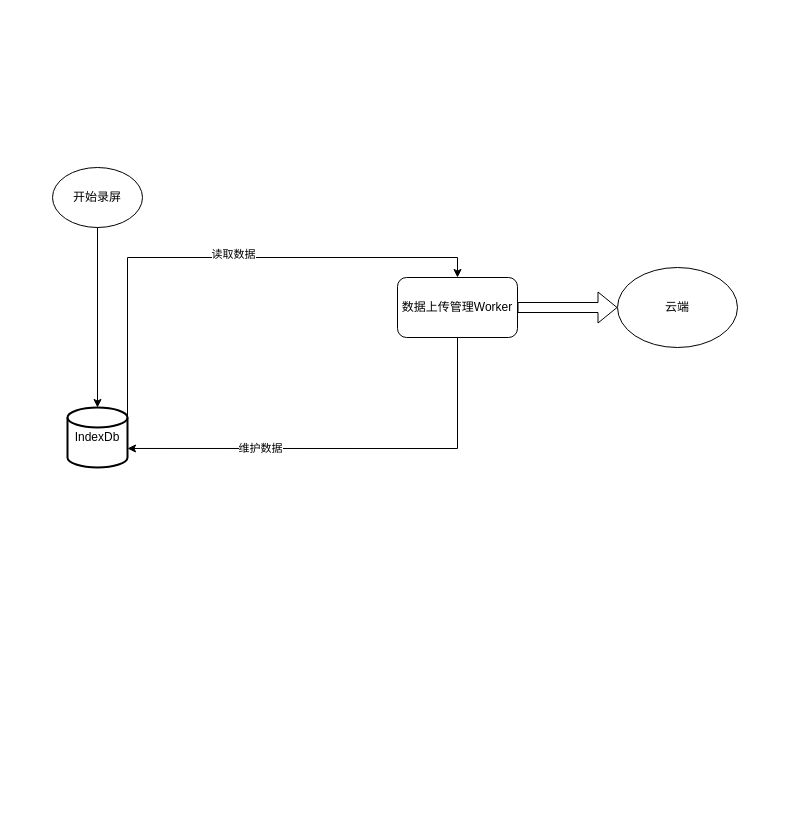
Above: images/未命名绘图.drawio in buleice/- (draw.io), before the change. Source tidied: cells renumbered, new cells numbered last; positions are measured from the earlier drawing's top-left corner, leaving out a move shared by most shapes. Both pictures are drawn from the tidied source at 100%, with x=0, y=0 at pixel (52, 167).
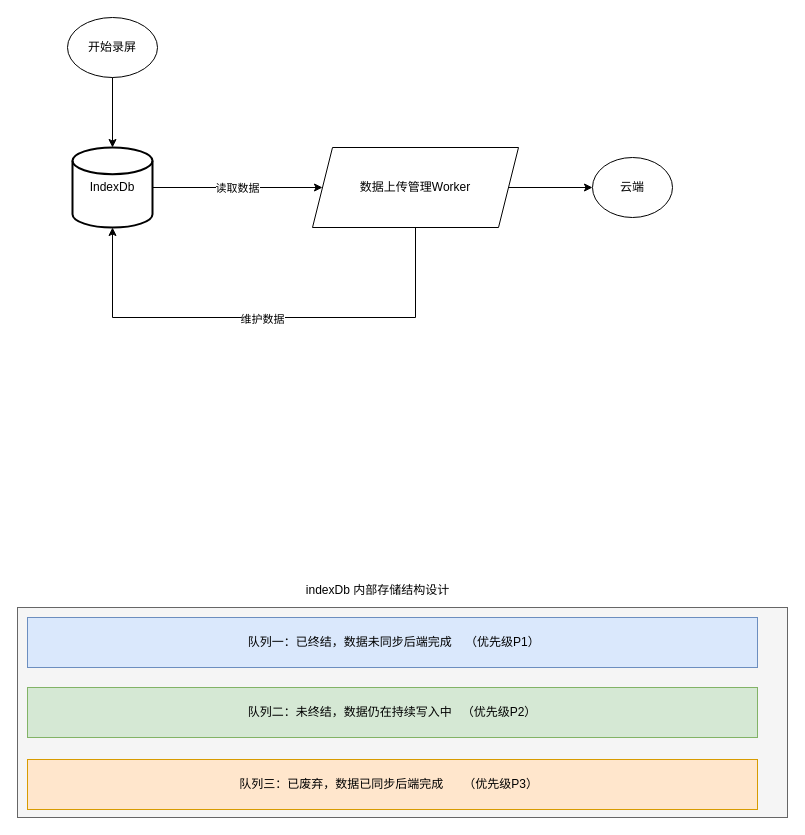
The same diagram, later.

Commit message:
更新未命名绘图.drawio

What changed in the source:
```diff
@@
 <mxGraphModel>
   <root>
     <mxCell id="0" />
     <mxCell id="1" parent="0" />
     <mxCell id="2" value="开始录屏" style="ellipse;whiteSpace=wrap;html=1;" parent="1" vertex="1">
-      <mxGeometry width="90" height="60" as="geometry" />
+      <mxGeometry x="15" y="-150" width="90" height="60" as="geometry" />
     </mxCell>
-    <mxCell id="3" style="edgeStyle=orthogonalEdgeStyle;rounded=0;orthogonalLoop=1;jettySize=auto;html=1;exitX=1;exitY=0.15;exitDx=0;exitDy=0;exitPerimeter=0;entryX=0.5;entryY=0;entryDx=0;entryDy=0;" parent="1" edge="1">
-      <mxGeometry relative="1" as="geometry">
-        <mxPoint x="45" y="249" as="sourcePoint" />
-        <mxPoint x="405" y="110" as="targetPoint" />
-        <Array as="points">
-          <mxPoint x="75" y="249" />
-          <mxPoint x="75" y="90" />
-          <mxPoint x="405" y="90" />
-        </Array>
-      </mxGeometry>
-    </mxCell>
+    <mxCell id="12" style="edgeStyle=orthogonalEdgeStyle;rounded=0;jettySize=auto;html=1;exitX=1;exitY=0.5;exitDx=0;exitDy=0;exitPerimeter=0;" parent="1" edge="1" source="5" target="8">
+      <mxGeometry relative="1" as="geometry" />
+    </mxCell>
-    <mxCell id="4" value="读取数据" style="edgeLabel;html=1;align=center;verticalAlign=middle;" parent="3" vertex="1">
-      <mxGeometry x="0.09" y="4" relative="1" as="geometry" />
+    <mxCell id="4" value="读取数据" style="edgeLabel;html=1;align=center;verticalAlign=middle;" parent="12" vertex="1">
+      <mxGeometry x="-0.01" relative="1" as="geometry" />
     </mxCell>
     <mxCell id="5" value="IndexDb" style="strokeWidth=2;html=1;shape=mxgraph.flowchart.database;whiteSpace=wrap;" parent="1" vertex="1">
-      <mxGeometry x="15" y="240" width="60" height="60" as="geometry" />
+      <mxGeometry x="20" y="-20" width="80" height="80" as="geometry" />
     </mxCell>
     <mxCell id="6" style="edgeStyle=orthogonalEdgeStyle;rounded=0;jettySize=auto;html=1;exitX=0.5;exitY=1;exitDx=0;exitDy=0;entryX=0.5;entryY=0;entryDx=0;entryDy=0;entryPerimeter=0;" parent="1" edge="1" source="2" target="5">
       <mxGeometry relative="1" as="geometry" />
     </mxCell>
+    <mxCell id="11" value="云端" style="ellipse;whiteSpace=wrap;html=1;" parent="1" vertex="1">
+      <mxGeometry x="540" y="-10" width="80" height="60" as="geometry" />
+    </mxCell>
-    <mxCell id="7" style="edgeStyle=orthogonalEdgeStyle;shape=flexArrow;rounded=0;jettySize=auto;html=1;exitX=1;exitY=0.5;exitDx=0;exitDy=0;entryX=0;entryY=0.5;entryDx=0;entryDy=0;" parent="1" edge="1" source="8" target="11">
+    <mxCell id="7" style="edgeStyle=orthogonalEdgeStyle;rounded=0;jettySize=auto;html=1;exitX=1;exitY=0.5;exitDx=0;exitDy=0;entryX=0;entryY=0.5;entryDx=0;entryDy=0;" parent="1" edge="1" source="8" target="11">
       <mxGeometry relative="1" as="geometry" />
     </mxCell>
-    <mxCell id="8" value="数据上传管理Worker" style="rounded=1;whiteSpace=wrap;html=1;" parent="1" vertex="1">
-      <mxGeometry x="345" y="110" width="120" height="60" as="geometry" />
+    <mxCell id="8" value="数据上传管理Worker" style="shape=parallelogram;perimeter=parallelogramPerimeter;whiteSpace=wrap;html=1;fixedSize=1;" parent="1" vertex="1">
+      <mxGeometry x="260" y="-20" width="206" height="80" as="geometry" />
     </mxCell>
-    <mxCell id="9" style="edgeStyle=orthogonalEdgeStyle;rounded=0;jettySize=auto;html=1;exitX=0.5;exitY=1;exitDx=0;exitDy=0;entryX=1;entryY=0.683;entryDx=0;entryDy=0;entryPerimeter=0;" parent="1" edge="1" source="8" target="5">
-      <mxGeometry relative="1" as="geometry" />
+    <mxCell id="9" style="edgeStyle=orthogonalEdgeStyle;rounded=0;jettySize=auto;html=1;exitX=0.5;exitY=1;exitDx=0;exitDy=0;entryX=0.5;entryY=1;entryDx=0;entryDy=0;entryPerimeter=0;" parent="1" edge="1" source="8" target="5">
+      <mxGeometry relative="1" as="geometry">
+        <Array as="points">
+          <mxPoint x="363" y="150" />
+          <mxPoint x="60" y="150" />
+        </Array>
+      </mxGeometry>
     </mxCell>
     <mxCell id="10" value="维护数据" style="edgeLabel;html=1;align=center;verticalAlign=middle;" parent="9" vertex="1">
-      <mxGeometry x="0.4" relative="1" as="geometry" />
+      <mxGeometry x="0.01" y="1" relative="1" as="geometry" />
     </mxCell>
-    <mxCell id="11" value="云端" style="ellipse;whiteSpace=wrap;html=1;" parent="1" vertex="1">
-      <mxGeometry x="565" y="100" width="120" height="80" as="geometry" />
-    </mxCell>
+    <mxCell id="13" style="rounded=0;whiteSpace=wrap;html=1;" parent="1" vertex="1">
+      <mxGeometry x="255" y="520" width="120" height="60" as="geometry" />
+    </mxCell>
+    <mxCell id="14" style="rounded=0;whiteSpace=wrap;html=1;fillColor=#f5f5f5;fontColor=#333333;strokeColor=#666666;" parent="1" vertex="1">
+      <mxGeometry x="-35" y="440" width="770" height="210" as="geometry" />
+    </mxCell>
+    <mxCell id="15" value="indexDb 内部存储结构设计" style="text;html=1;align=center;verticalAlign=middle;strokeColor=none;fillColor=none;" parent="1" vertex="1">
+      <mxGeometry x="240" y="408" width="170" height="30" as="geometry" />
+    </mxCell>
+    <mxCell id="16" value="&amp;nbsp;队列一：已终结，数据未同步后端完成&amp;nbsp; &amp;nbsp; （优先级P1）" style="rounded=0;whiteSpace=wrap;html=1;fillColor=#dae8fc;strokeColor=#6c8ebf;" parent="1" vertex="1">
+      <mxGeometry x="-25" y="450" width="730" height="50" as="geometry" />
+    </mxCell>
+    <mxCell id="17" value="队列二：未终结，数据仍在持续写入中&amp;nbsp; &amp;nbsp;（优先级P2）" style="rounded=0;whiteSpace=wrap;html=1;fillColor=#d5e8d4;strokeColor=#82b366;" parent="1" vertex="1">
+      <mxGeometry x="-25" y="520" width="730" height="50" as="geometry" />
+    </mxCell>
+    <mxCell id="18" value="队列三：已废弃，数据已同步后端完成&amp;nbsp; &amp;nbsp; &amp;nbsp; （优先级P3）&amp;nbsp;&amp;nbsp;" style="rounded=0;whiteSpace=wrap;html=1;fillColor=#ffe6cc;strokeColor=#d79b00;" parent="1" vertex="1">
+      <mxGeometry x="-25" y="592" width="730" height="50" as="geometry" />
+    </mxCell>
   </root>
 </mxGraphModel>
```
